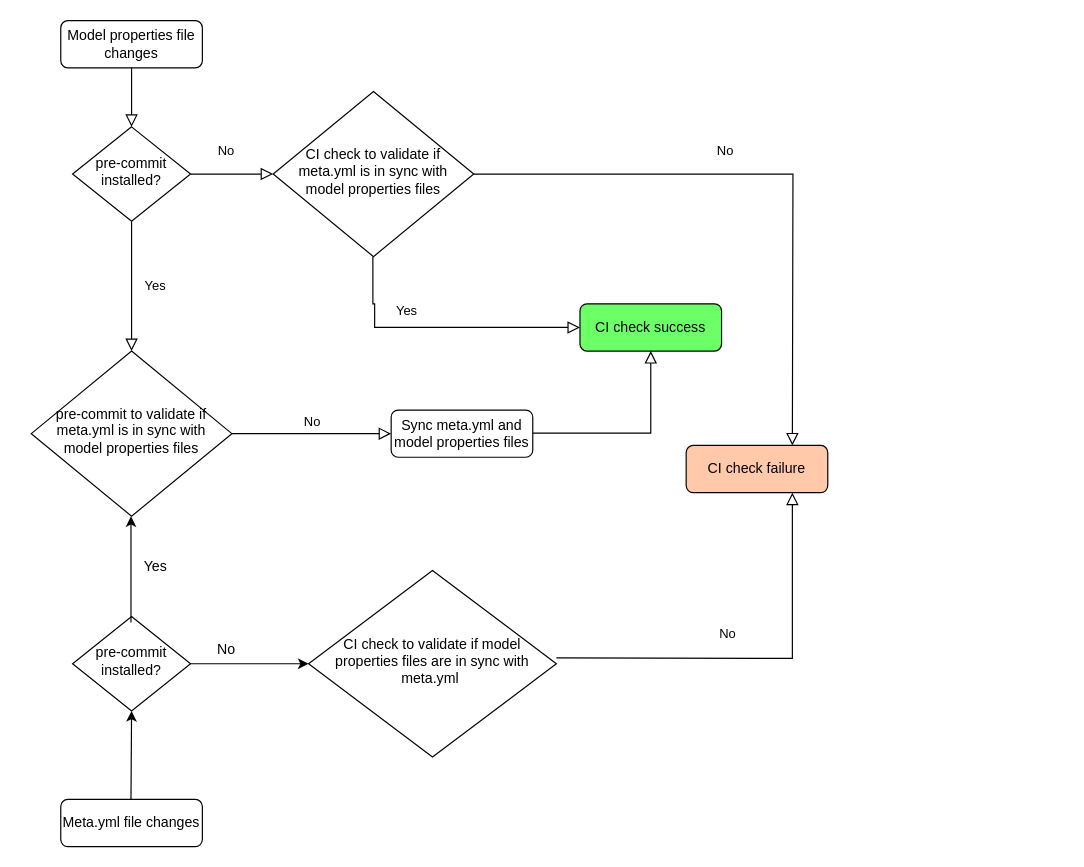
This is metaflow.drawio from kunaljubce/drawio, a draw.io file, before an edit. Source tidied: cells renumbered, new cells numbered last; positions are measured from the earlier drawing's top-left corner, leaving out a move shared by most shapes. Both pictures are drawn from the tidied source at 118%, with x=0, y=0 at pixel (31, 20).
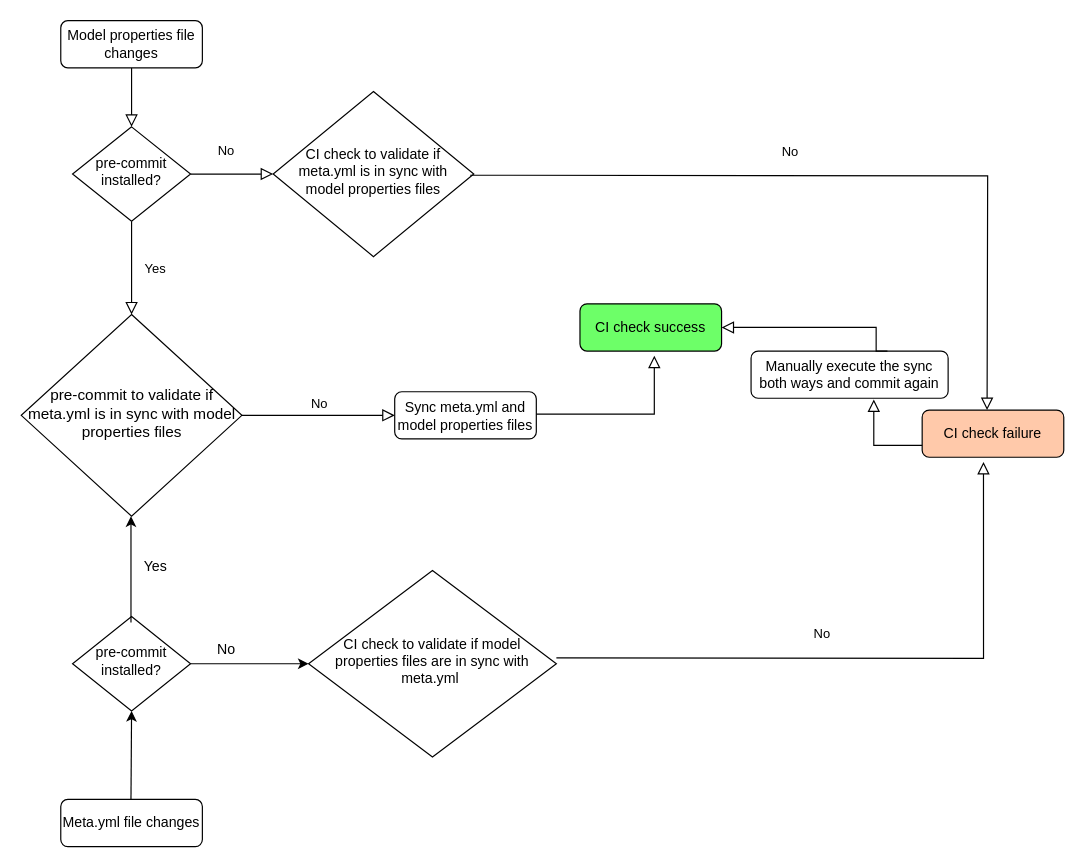
After the change.

Unchanged cells that the change refers to:
```xml
<mxCell id="11" value="CI check to validate if meta.yml is in sync with model properties files" style="rhombus;whiteSpace=wrap;html=1;shadow=0;fontFamily=Helvetica;fontSize=12;align=center;strokeWidth=1;spacing=6;spacingTop=-4;" parent="1" vertex="1">
  <mxGeometry x="205" y="60" width="170" height="140" as="geometry" />
</mxCell>
<mxCell id="14" value="CI check success" style="rounded=1;whiteSpace=wrap;html=1;fontSize=12;glass=0;strokeWidth=1;shadow=0;fillColor=#6DFF68;" parent="1" vertex="1">
  <mxGeometry x="465" y="240" width="120" height="40" as="geometry" />
</mxCell>
```

What changed in the source:
```diff
@@
     <mxCell id="7" value="CI check failure" style="rounded=1;whiteSpace=wrap;html=1;fontSize=12;glass=0;strokeWidth=1;shadow=0;fillColor=#FFC9AA;" parent="1" vertex="1">
-      <mxGeometry x="555" y="360" width="120" height="40" as="geometry" />
+      <mxGeometry x="755" y="330" width="120" height="40" as="geometry" />
     </mxCell>
@@
-    <mxCell id="9" value="pre-commit to validate if meta.yml is in sync with model properties files" style="rhombus;whiteSpace=wrap;html=1;shadow=0;fontFamily=Helvetica;fontSize=12;align=center;strokeWidth=1;spacing=6;spacingTop=-4;" parent="1" vertex="1">
-      <mxGeometry y="280" width="170" height="140" as="geometry" />
+    <mxCell id="9" value="&lt;font style=&quot;font-size: 13px;&quot;&gt;pre-commit to validate if meta.yml is in sync with model properties files&lt;/font&gt;" style="rhombus;whiteSpace=wrap;html=1;shadow=0;fontFamily=Helvetica;fontSize=12;align=center;strokeWidth=1;spacing=6;spacingTop=-4;" parent="1" vertex="1">
+      <mxGeometry x="-8.5" y="249" width="187" height="171" as="geometry" />
     </mxCell>
     <mxCell id="10" value="Sync meta.yml and model properties files" style="rounded=1;whiteSpace=wrap;html=1;fontSize=12;glass=0;strokeWidth=1;shadow=0;" parent="1" vertex="1">
-      <mxGeometry x="305" y="330" width="120" height="40" as="geometry" />
+      <mxGeometry x="308" y="314.5" width="120" height="40" as="geometry" />
     </mxCell>
@@
-    <mxCell id="12" value="No" style="edgeStyle=orthogonalEdgeStyle;rounded=0;html=1;jettySize=auto;fontSize=11;endArrow=block;endFill=0;endSize=8;strokeWidth=1;shadow=0;labelBackgroundColor=none;entryX=0;entryY=0.5;entryDx=0;entryDy=0;exitX=1;exitY=0.5;exitDx=0;exitDy=0;" parent="1" edge="1" source="11">
+    <mxCell id="12" value="No" style="edgeStyle=orthogonalEdgeStyle;rounded=0;html=1;jettySize=auto;orthogonalLoop=1;fontSize=11;endArrow=block;endFill=0;endSize=8;strokeWidth=1;shadow=0;labelBackgroundColor=none;entryX=0.75;entryY=0;entryDx=0;entryDy=0;" parent="1" edge="1">
       <mxGeometry x="-0.15" y="20" relative="1" as="geometry">
-        <mxPoint x="645" y="360" as="targetPoint" />
+        <mxPoint x="372" y="131" as="sourcePoint" />
+        <mxPoint x="810" y="330" as="targetPoint" />
       </mxGeometry>
     </mxCell>
-    <mxCell id="13" value="Yes" style="rounded=0;html=1;jettySize=auto;orthogonalLoop=1;fontSize=11;endArrow=block;endFill=0;endSize=8;strokeWidth=1;shadow=0;labelBackgroundColor=none;edgeStyle=orthogonalEdgeStyle;" parent="1" edge="1">
-      <mxGeometry x="-0.25" y="15" relative="1" as="geometry">
-        <mxPoint x="289.5" y="200" as="sourcePoint" />
-        <mxPoint x="465" y="260" as="targetPoint" />
-        <Array as="points">
-          <mxPoint x="290" y="240" />
-          <mxPoint x="291" y="240" />
-          <mxPoint x="291" y="260" />
-        </Array>
-        <mxPoint y="1" as="offset" />
-      </mxGeometry>
-    </mxCell>
@@
-    <mxCell id="15" style="rounded=0;html=1;jettySize=auto;fontSize=11;endArrow=block;endFill=0;endSize=8;strokeWidth=1;shadow=0;labelBackgroundColor=none;edgeStyle=orthogonalEdgeStyle;entryX=0.5;entryY=1;entryDx=0;entryDy=0;" parent="1" edge="1" target="14">
+    <mxCell id="15" style="rounded=0;html=1;jettySize=auto;orthogonalLoop=1;fontSize=11;endArrow=block;endFill=0;endSize=8;strokeWidth=1;shadow=0;labelBackgroundColor=none;edgeStyle=orthogonalEdgeStyle;" parent="1" edge="1">
       <mxGeometry y="20" relative="1" as="geometry">
-        <mxPoint x="425" y="349.5" as="sourcePoint" />
+        <mxPoint x="428" y="333.5" as="sourcePoint" />
+        <mxPoint x="528" y="284" as="targetPoint" />
         <Array as="points">
-          <mxPoint x="525" y="350" />
+          <mxPoint x="528" y="334" />
         </Array>
       </mxGeometry>
     </mxCell>
@@
-    <mxCell id="24" value="No" style="edgeStyle=orthogonalEdgeStyle;rounded=0;html=1;jettySize=auto;fontSize=11;endArrow=block;endFill=0;endSize=8;strokeWidth=1;shadow=0;labelBackgroundColor=none;entryX=0.75;entryY=1;entryDx=0;entryDy=0;exitX=1;exitY=0.5;exitDx=0;exitDy=0;" parent="1" edge="1" target="7">
+    <mxCell id="24" value="No" style="edgeStyle=orthogonalEdgeStyle;rounded=0;html=1;jettySize=auto;fontSize=11;endArrow=block;endFill=0;endSize=8;strokeWidth=1;shadow=0;labelBackgroundColor=none;entryX=0.433;entryY=1.1;entryDx=0;entryDy=0;exitX=1;exitY=0.5;exitDx=0;exitDy=0;entryPerimeter=0;" parent="1" edge="1" target="7">
       <mxGeometry x="-0.15" y="20" relative="1" as="geometry">
         <mxPoint x="445" y="540" as="sourcePoint" />
       </mxGeometry>
     </mxCell>
+    <mxCell id="25" value="&lt;font&gt;Manually execute the sync both ways and commit again&lt;/font&gt;" style="rounded=1;whiteSpace=wrap;html=1;fontSize=12;glass=0;strokeWidth=1;shadow=0;" parent="1" vertex="1">
+      <mxGeometry x="610" y="280" width="167" height="40" as="geometry" />
+    </mxCell>
+    <mxCell id="26" style="rounded=0;html=1;jettySize=auto;fontSize=11;endArrow=block;endFill=0;endSize=8;strokeWidth=1;shadow=0;labelBackgroundColor=none;edgeStyle=orthogonalEdgeStyle;exitX=0;exitY=0.75;exitDx=0;exitDy=0;" parent="1" edge="1" source="7">
+      <mxGeometry x="-0.25" y="15" relative="1" as="geometry">
+        <mxPoint x="714" y="321" as="targetPoint" />
+        <Array as="points">
+          <mxPoint x="714" y="360" />
+        </Array>
+        <mxPoint y="1" as="offset" />
+      </mxGeometry>
+    </mxCell>
+    <mxCell id="27" style="rounded=0;html=1;jettySize=auto;fontSize=11;endArrow=block;endFill=0;endSize=8;strokeWidth=1;shadow=0;labelBackgroundColor=none;edgeStyle=orthogonalEdgeStyle;entryX=1;entryY=0.5;entryDx=0;entryDy=0;exitX=0.692;exitY=0;exitDx=0;exitDy=0;exitPerimeter=0;" parent="1" edge="1" source="25" target="14">
+      <mxGeometry x="-0.25" y="15" relative="1" as="geometry">
+        <Array as="points">
+          <mxPoint x="716" y="280" />
+          <mxPoint x="716" y="260" />
+        </Array>
+        <mxPoint y="1" as="offset" />
+      </mxGeometry>
+    </mxCell>
```
